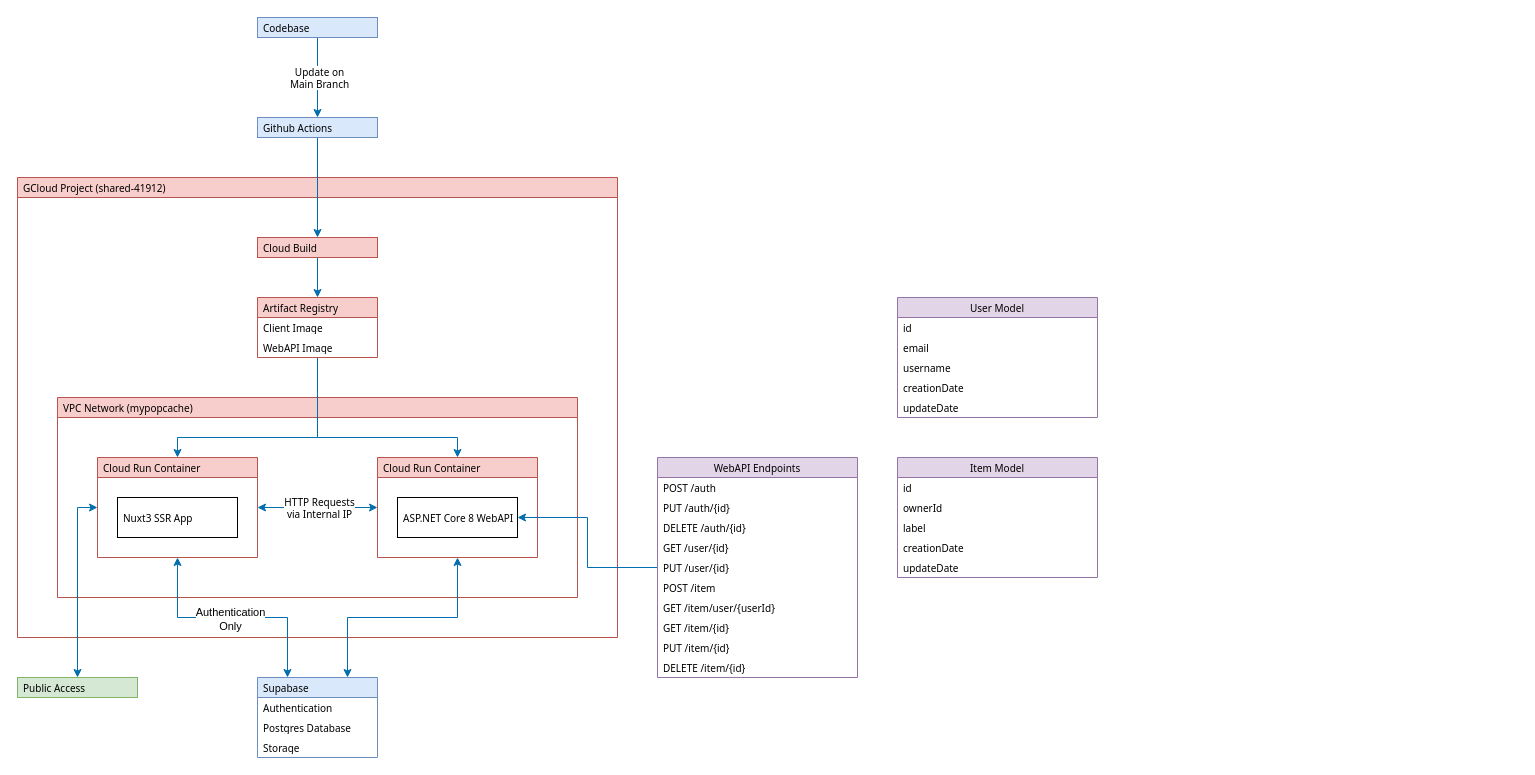
Earlier version of the draw.io diagram Infrastructure.drawio (hs-wolf/mypopcache). Source tidied: cells renumbered, new cells numbered last; positions are measured from the earlier drawing's top-left corner, leaving out a move shared by most shapes. Both pictures are drawn from the tidied source at 100%, with x=0, y=0 at pixel (17, 17).
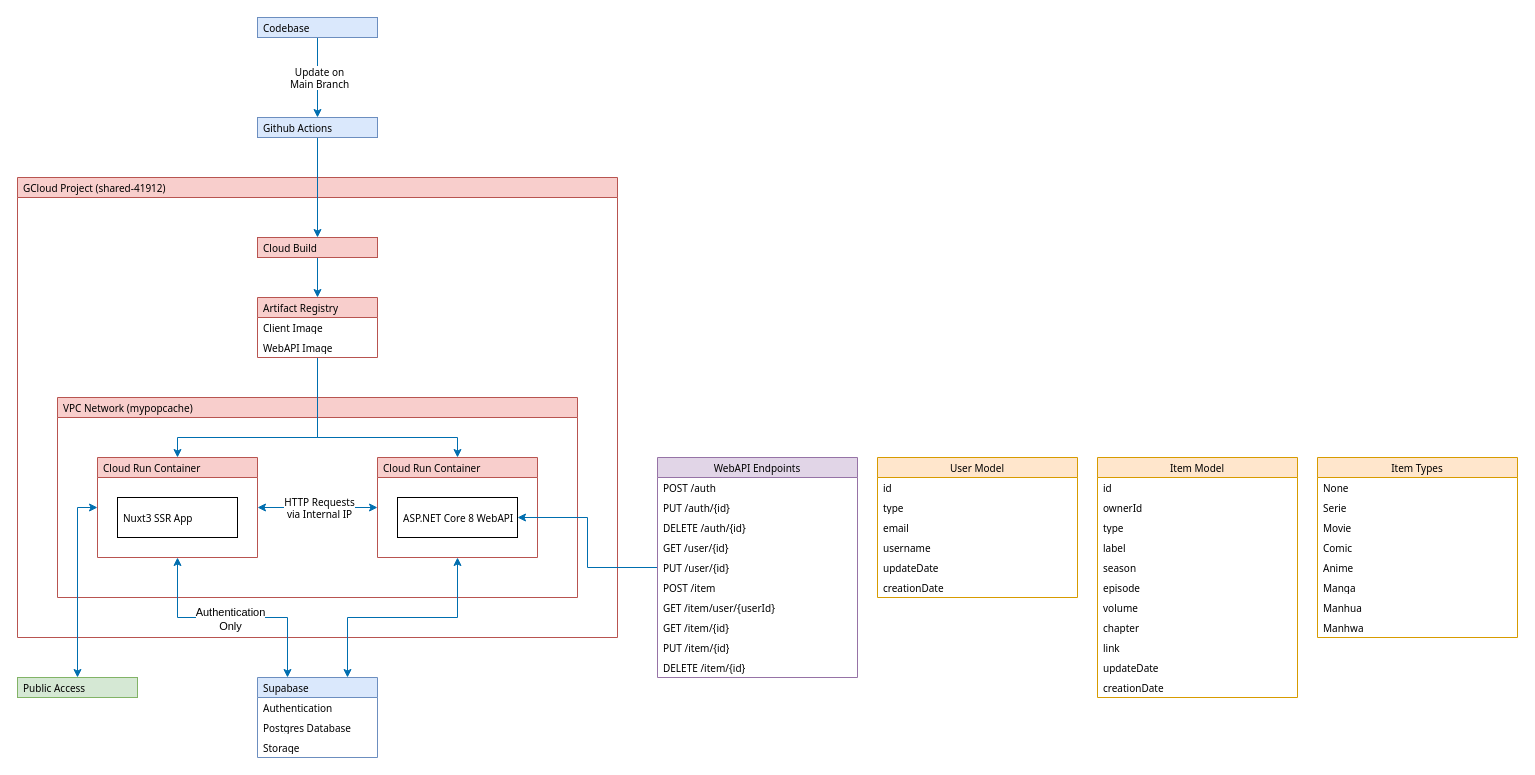
After the change.

Diff of the diagram source:
```diff
@@
-    <mxCell id="42" value="User Model" style="swimlane;fontStyle=0;horizontal=1;startSize=20;whiteSpace=wrap;html=1;fillColor=#e1d5e7;strokeColor=#9673a6;fontFamily=Tahoma;fontSize=10;" parent="1" vertex="1">
-      <mxGeometry x="880" y="280" width="200" height="120" as="geometry" />
+    <mxCell id="42" value="User Model" style="swimlane;fontStyle=0;horizontal=1;startSize=20;whiteSpace=wrap;html=1;fillColor=#ffe6cc;strokeColor=#d79b00;fontFamily=Tahoma;fontSize=10;" parent="1" vertex="1">
+      <mxGeometry x="860" y="440" width="200" height="140" as="geometry" />
     </mxCell>
@@
+    <mxCell id="54" value="type" style="text;strokeColor=none;fillColor=none;align=left;verticalAlign=middle;spacingLeft=4;spacingRight=4;overflow=hidden;whiteSpace=wrap;html=1;fontFamily=Tahoma;fontSize=10;" parent="42" vertex="1">
+      <mxGeometry y="40" width="200" height="20" as="geometry" />
+    </mxCell>
     <mxCell id="44" value="email" style="text;strokeColor=none;fillColor=none;align=left;verticalAlign=middle;spacingLeft=4;spacingRight=4;overflow=hidden;whiteSpace=wrap;html=1;fontFamily=Tahoma;fontSize=10;" parent="42" vertex="1">
-      <mxGeometry y="40" width="200" height="20" as="geometry" />
+      <mxGeometry y="60" width="200" height="20" as="geometry" />
     </mxCell>
     <mxCell id="45" value="username" style="text;strokeColor=none;fillColor=none;align=left;verticalAlign=middle;spacingLeft=4;spacingRight=4;overflow=hidden;whiteSpace=wrap;html=1;fontFamily=Tahoma;fontSize=10;" parent="42" vertex="1">
-      <mxGeometry y="60" width="200" height="20" as="geometry" />
+      <mxGeometry y="80" width="200" height="20" as="geometry" />
     </mxCell>
+    <mxCell id="47" value="updateDate" style="text;strokeColor=none;fillColor=none;align=left;verticalAlign=middle;spacingLeft=4;spacingRight=4;overflow=hidden;whiteSpace=wrap;html=1;fontFamily=Tahoma;fontSize=10;" parent="42" vertex="1">
+      <mxGeometry y="100" width="200" height="20" as="geometry" />
+    </mxCell>
     <mxCell id="46" value="creationDate" style="text;strokeColor=none;fillColor=none;align=left;verticalAlign=middle;spacingLeft=4;spacingRight=4;overflow=hidden;whiteSpace=wrap;html=1;fontFamily=Tahoma;fontSize=10;" parent="42" vertex="1">
-      <mxGeometry y="80" width="200" height="20" as="geometry" />
+      <mxGeometry y="120" width="200" height="20" as="geometry" />
     </mxCell>
-    <mxCell id="47" value="updateDate" style="text;strokeColor=none;fillColor=none;align=left;verticalAlign=middle;spacingLeft=4;spacingRight=4;overflow=hidden;whiteSpace=wrap;html=1;fontFamily=Tahoma;fontSize=10;" parent="42" vertex="1">
-      <mxGeometry y="100" width="200" height="20" as="geometry" />
-    </mxCell>
-    <mxCell id="48" value="Item Model" style="swimlane;fontStyle=0;horizontal=1;startSize=20;whiteSpace=wrap;html=1;fillColor=#e1d5e7;strokeColor=#9673a6;fontFamily=Tahoma;fontSize=10;" parent="1" vertex="1">
-      <mxGeometry x="880" y="440" width="200" height="120" as="geometry" />
+    <mxCell id="48" value="Item Model" style="swimlane;fontStyle=0;horizontal=1;startSize=20;whiteSpace=wrap;html=1;fillColor=#ffe6cc;strokeColor=#d79b00;fontFamily=Tahoma;fontSize=10;" parent="1" vertex="1">
+      <mxGeometry x="1080" y="440" width="200" height="240" as="geometry" />
     </mxCell>
@@
+    <mxCell id="55" value="type" style="text;strokeColor=none;fillColor=none;align=left;verticalAlign=middle;spacingLeft=4;spacingRight=4;overflow=hidden;whiteSpace=wrap;html=1;fontFamily=Tahoma;fontSize=10;" parent="48" vertex="1">
+      <mxGeometry y="60" width="200" height="20" as="geometry" />
+    </mxCell>
     <mxCell id="51" value="label" style="text;strokeColor=none;fillColor=none;align=left;verticalAlign=middle;spacingLeft=4;spacingRight=4;overflow=hidden;whiteSpace=wrap;html=1;fontFamily=Tahoma;fontSize=10;" parent="48" vertex="1">
-      <mxGeometry y="60" width="200" height="20" as="geometry" />
+      <mxGeometry y="80" width="200" height="20" as="geometry" />
     </mxCell>
+    <mxCell id="56" value="season" style="text;strokeColor=none;fillColor=none;align=left;verticalAlign=middle;spacingLeft=4;spacingRight=4;overflow=hidden;whiteSpace=wrap;html=1;fontFamily=Tahoma;fontSize=10;" parent="48" vertex="1">
+      <mxGeometry y="100" width="200" height="20" as="geometry" />
+    </mxCell>
+    <mxCell id="57" value="episode" style="text;strokeColor=none;fillColor=none;align=left;verticalAlign=middle;spacingLeft=4;spacingRight=4;overflow=hidden;whiteSpace=wrap;html=1;fontFamily=Tahoma;fontSize=10;" parent="48" vertex="1">
+      <mxGeometry y="120" width="200" height="20" as="geometry" />
+    </mxCell>
+    <mxCell id="58" value="volume" style="text;strokeColor=none;fillColor=none;align=left;verticalAlign=middle;spacingLeft=4;spacingRight=4;overflow=hidden;whiteSpace=wrap;html=1;fontFamily=Tahoma;fontSize=10;" parent="48" vertex="1">
+      <mxGeometry y="140" width="200" height="20" as="geometry" />
+    </mxCell>
+    <mxCell id="59" value="chapter" style="text;strokeColor=none;fillColor=none;align=left;verticalAlign=middle;spacingLeft=4;spacingRight=4;overflow=hidden;whiteSpace=wrap;html=1;fontFamily=Tahoma;fontSize=10;" parent="48" vertex="1">
+      <mxGeometry y="160" width="200" height="20" as="geometry" />
+    </mxCell>
+    <mxCell id="60" value="link" style="text;strokeColor=none;fillColor=none;align=left;verticalAlign=middle;spacingLeft=4;spacingRight=4;overflow=hidden;whiteSpace=wrap;html=1;fontFamily=Tahoma;fontSize=10;" parent="48" vertex="1">
+      <mxGeometry y="180" width="200" height="20" as="geometry" />
+    </mxCell>
+    <mxCell id="53" value="updateDate" style="text;strokeColor=none;fillColor=none;align=left;verticalAlign=middle;spacingLeft=4;spacingRight=4;overflow=hidden;whiteSpace=wrap;html=1;fontFamily=Tahoma;fontSize=10;" parent="48" vertex="1">
+      <mxGeometry y="200" width="200" height="20" as="geometry" />
+    </mxCell>
     <mxCell id="52" value="creationDate" style="text;strokeColor=none;fillColor=none;align=left;verticalAlign=middle;spacingLeft=4;spacingRight=4;overflow=hidden;whiteSpace=wrap;html=1;fontFamily=Tahoma;fontSize=10;" parent="48" vertex="1">
-      <mxGeometry y="80" width="200" height="20" as="geometry" />
+      <mxGeometry y="220" width="200" height="20" as="geometry" />
     </mxCell>
-    <mxCell id="53" value="updateDate" style="text;strokeColor=none;fillColor=none;align=left;verticalAlign=middle;spacingLeft=4;spacingRight=4;overflow=hidden;whiteSpace=wrap;html=1;fontFamily=Tahoma;fontSize=10;" parent="48" vertex="1">
-      <mxGeometry y="100" width="200" height="20" as="geometry" />
-    </mxCell>
+    <mxCell id="61" value="Item Types" style="swimlane;fontStyle=0;horizontal=1;startSize=20;whiteSpace=wrap;html=1;fillColor=#ffe6cc;strokeColor=#d79b00;fontFamily=Tahoma;fontSize=10;" parent="1" vertex="1">
+      <mxGeometry x="1300" y="440" width="200" height="180" as="geometry" />
+    </mxCell>
+    <mxCell id="62" value="None" style="text;strokeColor=none;fillColor=none;align=left;verticalAlign=middle;spacingLeft=4;spacingRight=4;overflow=hidden;whiteSpace=wrap;html=1;fontFamily=Tahoma;fontSize=10;" parent="61" vertex="1">
+      <mxGeometry y="20" width="200" height="20" as="geometry" />
+    </mxCell>
+    <mxCell id="63" value="Serie" style="text;strokeColor=none;fillColor=none;align=left;verticalAlign=middle;spacingLeft=4;spacingRight=4;overflow=hidden;whiteSpace=wrap;html=1;fontFamily=Tahoma;fontSize=10;" parent="61" vertex="1">
+      <mxGeometry y="40" width="200" height="20" as="geometry" />
+    </mxCell>
+    <mxCell id="64" value="Movie" style="text;strokeColor=none;fillColor=none;align=left;verticalAlign=middle;spacingLeft=4;spacingRight=4;overflow=hidden;whiteSpace=wrap;html=1;fontFamily=Tahoma;fontSize=10;" parent="61" vertex="1">
+      <mxGeometry y="60" width="200" height="20" as="geometry" />
+    </mxCell>
+    <mxCell id="65" value="Comic" style="text;strokeColor=none;fillColor=none;align=left;verticalAlign=middle;spacingLeft=4;spacingRight=4;overflow=hidden;whiteSpace=wrap;html=1;fontFamily=Tahoma;fontSize=10;" parent="61" vertex="1">
+      <mxGeometry y="80" width="200" height="20" as="geometry" />
+    </mxCell>
+    <mxCell id="66" value="Anime" style="text;strokeColor=none;fillColor=none;align=left;verticalAlign=middle;spacingLeft=4;spacingRight=4;overflow=hidden;whiteSpace=wrap;html=1;fontFamily=Tahoma;fontSize=10;" parent="61" vertex="1">
+      <mxGeometry y="100" width="200" height="20" as="geometry" />
+    </mxCell>
+    <mxCell id="67" value="Manga" style="text;strokeColor=none;fillColor=none;align=left;verticalAlign=middle;spacingLeft=4;spacingRight=4;overflow=hidden;whiteSpace=wrap;html=1;fontFamily=Tahoma;fontSize=10;" parent="61" vertex="1">
+      <mxGeometry y="120" width="200" height="20" as="geometry" />
+    </mxCell>
+    <mxCell id="68" value="Manhua" style="text;strokeColor=none;fillColor=none;align=left;verticalAlign=middle;spacingLeft=4;spacingRight=4;overflow=hidden;whiteSpace=wrap;html=1;fontFamily=Tahoma;fontSize=10;" parent="61" vertex="1">
+      <mxGeometry y="140" width="200" height="20" as="geometry" />
+    </mxCell>
+    <mxCell id="69" value="Manhwa" style="text;strokeColor=none;fillColor=none;align=left;verticalAlign=middle;spacingLeft=4;spacingRight=4;overflow=hidden;whiteSpace=wrap;html=1;fontFamily=Tahoma;fontSize=10;" parent="61" vertex="1">
+      <mxGeometry y="160" width="200" height="20" as="geometry" />
+    </mxCell>
```
